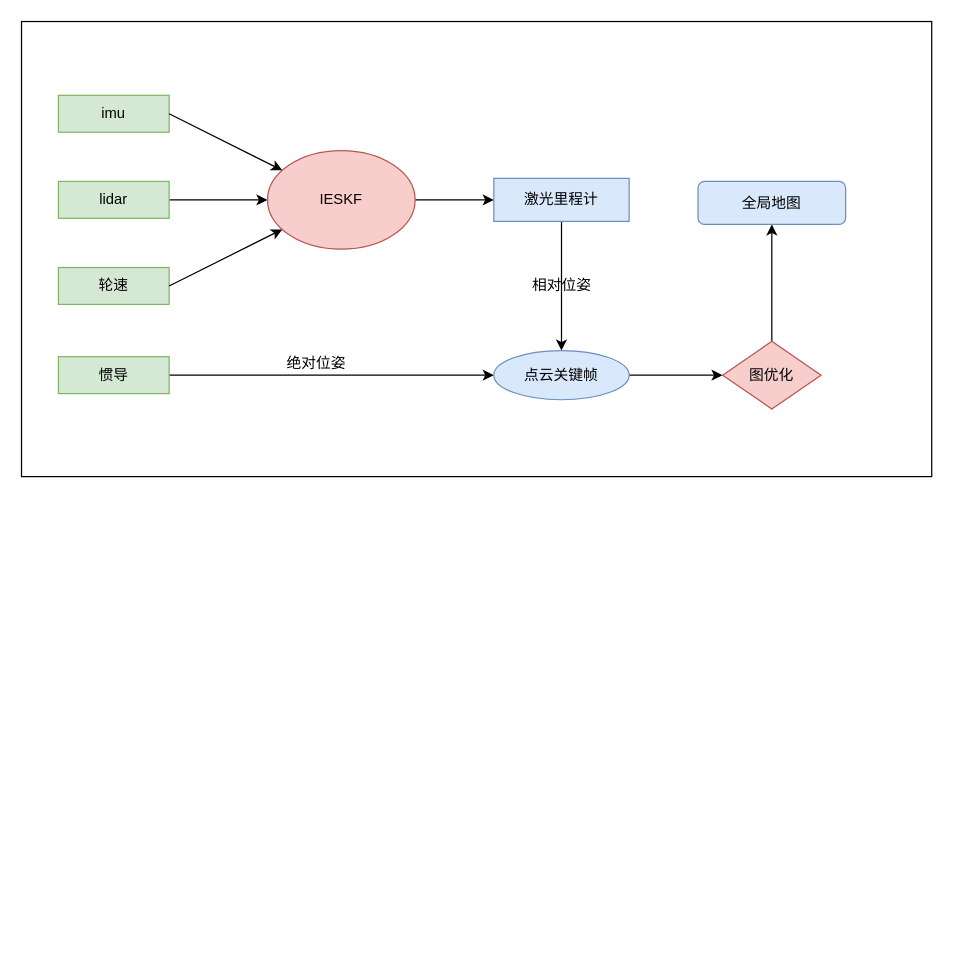
The draw.io diagram 激光匹配定位与建图.drawio in 567lxd/daily_work, before the edit. Source tidied: cells renumbered, new cells numbered last; positions are measured from the earlier drawing's top-left corner, leaving out a move shared by most shapes. Both pictures are drawn from the tidied source at 123%, with x=0, y=0 at pixel (21, 21).
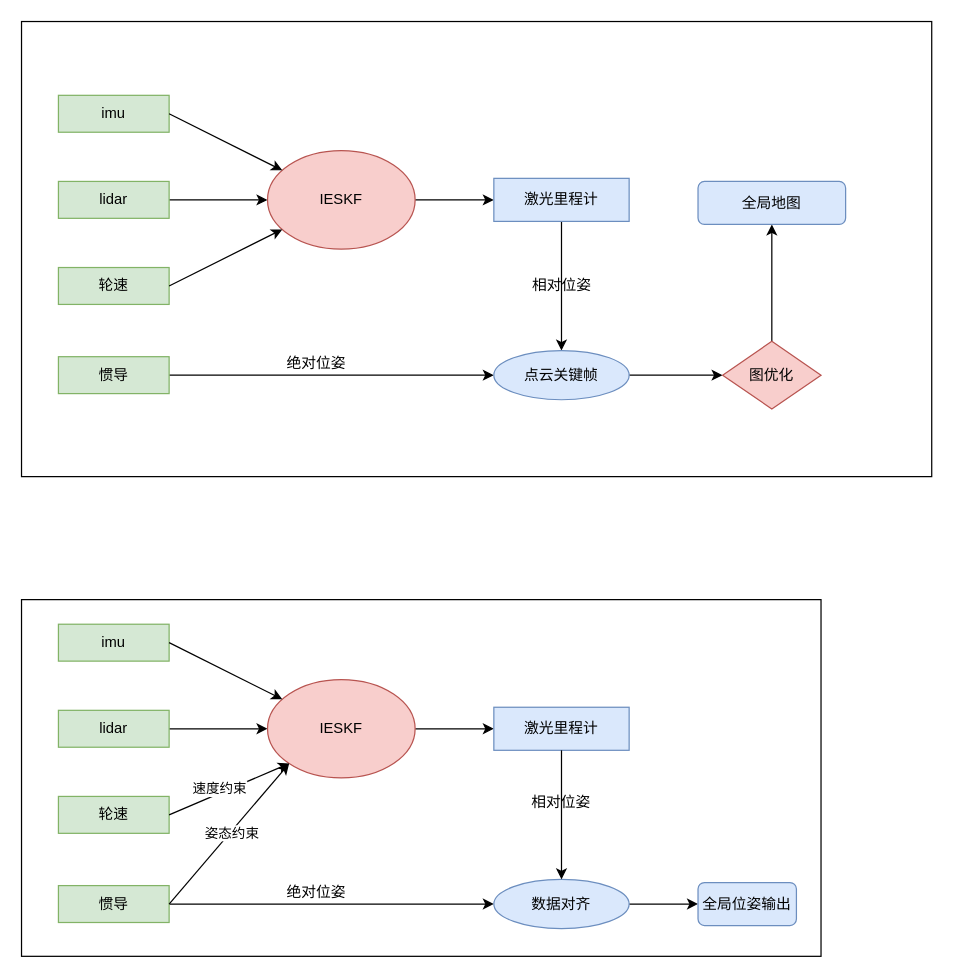
After the change.

Commit message:
更新激光匹配定位与建图.drawio

Change to the diagram source:
```diff
@@
+    <mxCell id="22" style="rounded=0;whiteSpace=wrap;html=1;" parent="1" vertex="1">
+      <mxGeometry y="470" width="650" height="290" as="geometry" />
+    </mxCell>
+    <mxCell id="23" value="imu" style="rounded=0;whiteSpace=wrap;html=1;fillColor=#d5e8d4;strokeColor=#82b366;" parent="1" vertex="1">
+      <mxGeometry x="30" y="490" width="90" height="30" as="geometry" />
+    </mxCell>
+    <mxCell id="24" style="edgeStyle=orthogonalEdgeStyle;rounded=0;jettySize=auto;html=1;entryX=0;entryY=0.5;entryDx=0;entryDy=0;" parent="1" edge="1" source="25" target="30">
+      <mxGeometry relative="1" as="geometry" />
+    </mxCell>
+    <mxCell id="25" value="lidar" style="rounded=0;whiteSpace=wrap;html=1;fillColor=#d5e8d4;strokeColor=#82b366;" parent="1" vertex="1">
+      <mxGeometry x="30" y="560" width="90" height="30" as="geometry" />
+    </mxCell>
+    <mxCell id="26" value="轮速" style="rounded=0;whiteSpace=wrap;html=1;fillColor=#d5e8d4;strokeColor=#82b366;" parent="1" vertex="1">
+      <mxGeometry x="30" y="630" width="90" height="30" as="geometry" />
+    </mxCell>
+    <mxCell id="27" style="edgeStyle=orthogonalEdgeStyle;rounded=0;jettySize=auto;html=1;entryX=0;entryY=0.5;entryDx=0;entryDy=0;" parent="1" edge="1" source="28" target="36">
+      <mxGeometry relative="1" as="geometry" />
+    </mxCell>
+    <mxCell id="28" value="惯导" style="rounded=0;whiteSpace=wrap;html=1;fillColor=#d5e8d4;strokeColor=#82b366;" parent="1" vertex="1">
+      <mxGeometry x="30" y="702.5" width="90" height="30" as="geometry" />
+    </mxCell>
+    <mxCell id="29" style="edgeStyle=orthogonalEdgeStyle;rounded=0;jettySize=auto;html=1;" parent="1" edge="1" source="30" target="34">
+      <mxGeometry relative="1" as="geometry" />
+    </mxCell>
+    <mxCell id="30" value="IESKF" style="ellipse;whiteSpace=wrap;html=1;fillColor=#f8cecc;strokeColor=#b85450;" parent="1" vertex="1">
+      <mxGeometry x="200" y="535" width="120" height="80" as="geometry" />
+    </mxCell>
+    <mxCell id="31" style="endArrow=classic;html=1;rounded=0;exitX=1;exitY=0.5;exitDx=0;exitDy=0;" parent="1" edge="1" source="23" target="30">
+      <mxGeometry relative="1" as="geometry" />
+    </mxCell>
+    <mxCell id="32" style="endArrow=classic;html=1;rounded=0;exitX=1;exitY=0.5;exitDx=0;exitDy=0;entryX=0;entryY=1;entryDx=0;entryDy=0;" parent="1" edge="1" source="26" target="30">
+      <mxGeometry relative="1" as="geometry" />
+    </mxCell>
+    <mxCell id="33" value="速度约束" style="edgeLabel;html=1;align=center;verticalAlign=middle;" parent="32" vertex="1">
+      <mxGeometry x="-0.14" y="4" relative="1" as="geometry" />
+    </mxCell>
+    <mxCell id="34" value="激光里程计" style="rounded=0;whiteSpace=wrap;html=1;fillColor=#dae8fc;strokeColor=#6c8ebf;" parent="1" vertex="1">
+      <mxGeometry x="384" y="557.5" width="110" height="35" as="geometry" />
+    </mxCell>
+    <mxCell id="35" style="edgeStyle=orthogonalEdgeStyle;rounded=0;jettySize=auto;html=1;" parent="1" edge="1" source="36" target="38">
+      <mxGeometry relative="1" as="geometry" />
+    </mxCell>
+    <mxCell id="36" value="数据对齐" style="ellipse;whiteSpace=wrap;html=1;fillColor=#dae8fc;strokeColor=#6c8ebf;" parent="1" vertex="1">
+      <mxGeometry x="384" y="697.5" width="110" height="40" as="geometry" />
+    </mxCell>
+    <mxCell id="37" value="绝对位姿" style="text;html=1;align=center;verticalAlign=middle;whiteSpace=wrap;rounded=0;" parent="1" vertex="1">
+      <mxGeometry x="210" y="692.5" width="60" height="30" as="geometry" />
+    </mxCell>
+    <mxCell id="38" value="全局位姿输出" style="rounded=1;whiteSpace=wrap;html=1;fillColor=#dae8fc;strokeColor=#6c8ebf;" parent="1" vertex="1">
+      <mxGeometry x="550" y="700" width="80" height="35" as="geometry" />
+    </mxCell>
+    <mxCell id="39" style="endArrow=classic;html=1;rounded=0;exitX=1;exitY=0.5;exitDx=0;exitDy=0;entryX=0;entryY=1;entryDx=0;entryDy=0;" parent="1" edge="1" source="28" target="30">
+      <mxGeometry relative="1" as="geometry" />
+    </mxCell>
+    <mxCell id="40" value="姿态约束" style="edgeLabel;html=1;align=center;verticalAlign=middle;" parent="39" vertex="1">
+      <mxGeometry x="0.02" y="-1" relative="1" as="geometry" />
+    </mxCell>
+    <mxCell id="41" style="endArrow=classic;html=1;rounded=0;exitX=0.5;exitY=1;exitDx=0;exitDy=0;entryX=0.5;entryY=0;entryDx=0;entryDy=0;" parent="1" edge="1" source="34" target="36">
+      <mxGeometry relative="1" as="geometry" />
+    </mxCell>
+    <mxCell id="42" value="相对位姿" style="text;html=1;align=center;verticalAlign=middle;whiteSpace=wrap;rounded=0;" parent="1" vertex="1">
+      <mxGeometry x="409" y="620" width="60" height="30" as="geometry" />
+    </mxCell>
```
